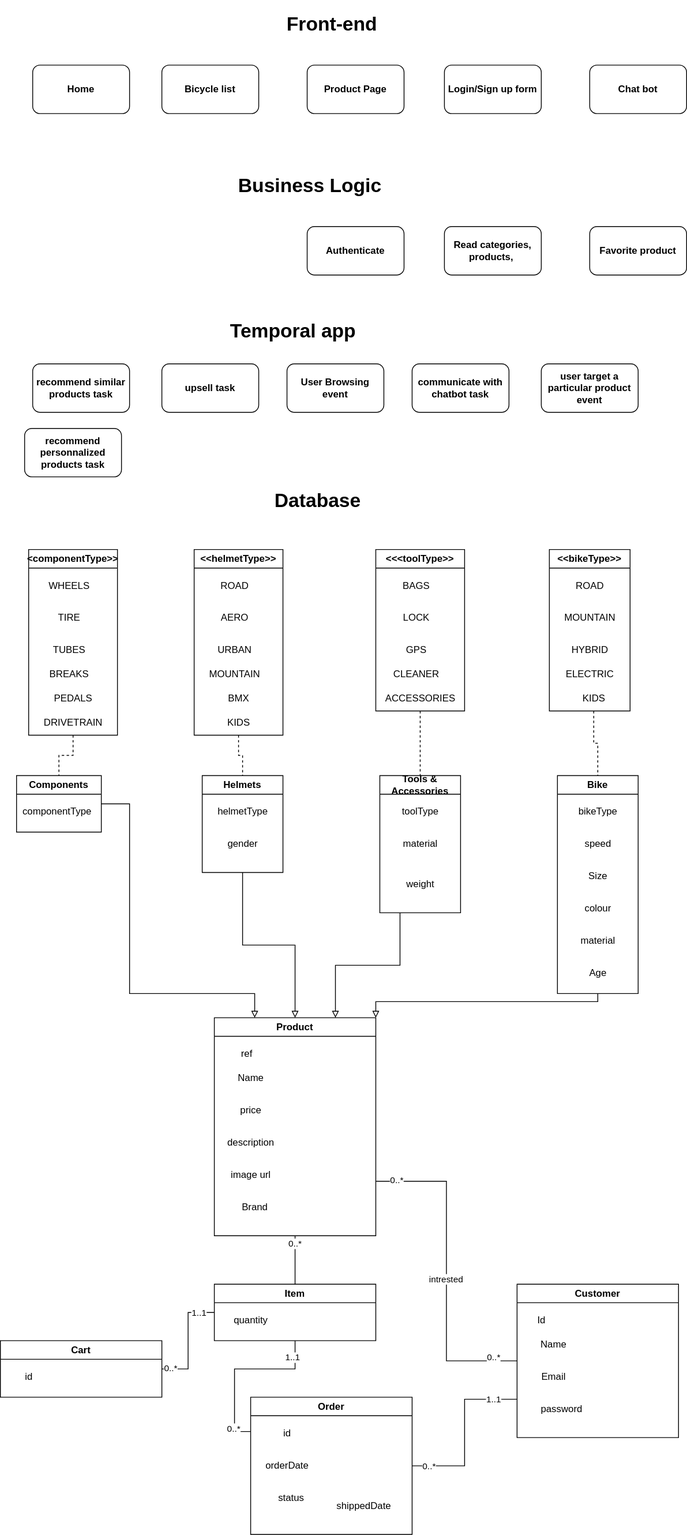
The draw.io diagram src/main/resources/static/ProjectComponent.drawio.svg in MohamedGrari/Customer-Journey-CXM-Tool, before a commit. Source tidied: cells renumbered, new cells last; positions are measured from the earlier drawing's top-left corner, leaving out a move shared by most shapes.
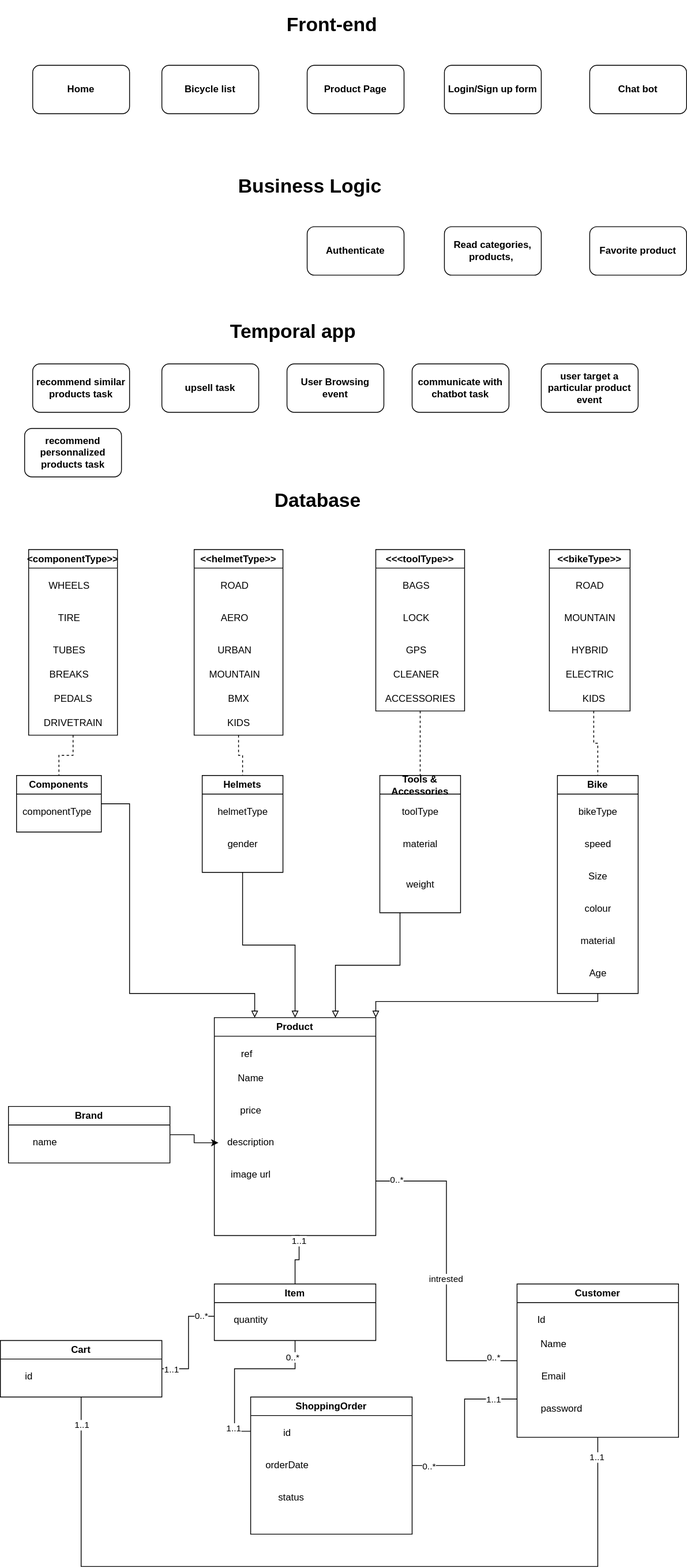
The same file after the commit.

Diff of the diagram source:
```diff
@@ -68,9 +68,6 @@
     <mxCell id="23" value="image url" style="text;html=1;align=center;verticalAlign=middle;strokeColor=none;fillColor=none;" parent="18" vertex="1">
       <mxGeometry x="10" y="180" width="70" height="30" as="geometry" />
     </mxCell>
-    <mxCell id="24" value="Brand" style="text;html=1;align=center;verticalAlign=middle;points=[];strokeColor=none;fillColor=none;" parent="18" vertex="1">
-      <mxGeometry x="20" y="220" width="60" height="30" as="geometry" />
-    </mxCell>
     <mxCell id="25" value="&lt;h1&gt;Temporal app&lt;/h1&gt;" style="text;html=1;strokeColor=none;fillColor=none;spacing=5;spacingTop=-20;whiteSpace=wrap;overflow=hidden;rounded=0;" parent="1" vertex="1">
       <mxGeometry x="280" y="380" width="175" height="40" as="geometry" />
     </mxCell>
@@ -100,7 +97,7 @@
         <mxPoint x="-37" y="4" as="offset" />
       </mxGeometry>
     </mxCell>
-    <mxCell id="34" value="Order" style="swimlane;whiteSpace=wrap;html=1;" parent="1" vertex="1">
+    <mxCell id="34" value="ShoppingOrder" style="swimlane;whiteSpace=wrap;html=1;" parent="1" vertex="1">
       <mxGeometry x="310" y="1720" width="200" height="170" as="geometry" />
     </mxCell>
     <mxCell id="35" value="orderDate" style="text;html=1;align=center;verticalAlign=middle;strokeColor=none;fillColor=none;" parent="34" vertex="1">
@@ -112,38 +109,60 @@
     <mxCell id="37" value="status" style="text;html=1;align=center;verticalAlign=middle;strokeColor=none;fillColor=none;" parent="34" vertex="1">
       <mxGeometry x="20" y="110" width="60" height="30" as="geometry" />
     </mxCell>
-    <mxCell id="38" value="shippedDate" style="text;html=1;align=center;verticalAlign=middle;strokeColor=none;fillColor=none;" parent="34" vertex="1">
-      <mxGeometry x="95" y="120" width="90" height="30" as="geometry" />
-    </mxCell>
     <mxCell id="39" style="edgeStyle=orthogonalEdgeStyle;rounded=0;jettySize=auto;html=1;endArrow=none;endFill=0;exitX=1;exitY=0.5;exitDx=0;exitDy=0;" parent="1" edge="1" source="42" target="48">
-      <mxGeometry relative="1" as="geometry" />
+      <mxGeometry relative="1" as="geometry">
+        <Array as="points">
+          <mxPoint x="233" y="1685" />
+          <mxPoint x="233" y="1620" />
+        </Array>
+      </mxGeometry>
     </mxCell>
-    <mxCell id="40" value="1..1" style="edgeLabel;html=1;align=center;verticalAlign=middle;" parent="39" vertex="1">
+    <mxCell id="40" value="0..*" style="edgeLabel;html=1;align=center;verticalAlign=middle;" parent="39" vertex="1">
       <mxGeometry x="0.52" y="1" relative="1" as="geometry">
         <mxPoint x="14" as="offset" />
       </mxGeometry>
     </mxCell>
-    <mxCell id="41" value="0..*" style="edgeLabel;html=1;align=center;verticalAlign=middle;" parent="39" vertex="1">
+    <mxCell id="41" value="1..1" style="edgeLabel;html=1;align=center;verticalAlign=middle;" parent="39" vertex="1">
       <mxGeometry x="-0.49" y="-1" relative="1" as="geometry">
         <mxPoint x="-23" as="offset" />
       </mxGeometry>
     </mxCell>
+    <mxCell id="104" style="edgeStyle=orthogonalEdgeStyle;rounded=0;jettySize=auto;html=1;entryX=0.5;entryY=1;entryDx=0;entryDy=0;endArrow=none;endFill=0;" parent="1" edge="1" source="42" target="13">
+      <mxGeometry relative="1" as="geometry">
+        <Array as="points">
+          <mxPoint x="100" y="1930" />
+          <mxPoint x="740" y="1930" />
+        </Array>
+      </mxGeometry>
+    </mxCell>
+    <mxCell id="105" value="1..1" style="edgeLabel;html=1;align=center;verticalAlign=middle;" parent="104" vertex="1">
+      <mxGeometry x="-0.93" relative="1" as="geometry" />
+    </mxCell>
+    <mxCell id="106" value="1..1" style="edgeLabel;html=1;align=center;verticalAlign=middle;" parent="104" vertex="1">
+      <mxGeometry x="0.95" y="2" relative="1" as="geometry" />
+    </mxCell>
     <mxCell id="42" value="Cart" style="swimlane;whiteSpace=wrap;html=1;" parent="1" vertex="1">
       <mxGeometry y="1650" width="200" height="70" as="geometry" />
     </mxCell>
     <mxCell id="43" value="id" style="text;html=1;align=center;verticalAlign=middle;strokeColor=none;fillColor=none;" parent="42" vertex="1">
       <mxGeometry x="20" y="30" width="30" height="30" as="geometry" />
     </mxCell>
-    <mxCell id="44" value="0..*" style="edgeStyle=orthogonalEdgeStyle;rounded=0;jettySize=auto;html=1;entryX=0.5;entryY=1;entryDx=0;entryDy=0;endArrow=none;endFill=0;" parent="1" edge="1" source="48" target="18">
-      <mxGeometry x="0.67" relative="1" as="geometry" />
+    <mxCell id="44" value="1..1" style="edgeStyle=orthogonalEdgeStyle;rounded=0;jettySize=auto;html=1;entryX=0.5;entryY=1;entryDx=0;entryDy=0;endArrow=none;endFill=0;" parent="1" edge="1" source="48" target="18">
+      <mxGeometry x="0.67" relative="1" as="geometry">
+        <Array as="points">
+          <mxPoint x="365" y="1550" />
+          <mxPoint x="370" y="1550" />
+          <mxPoint x="370" y="1520" />
+        </Array>
+      </mxGeometry>
     </mxCell>
     <mxCell id="45" style="edgeStyle=orthogonalEdgeStyle;rounded=0;jettySize=auto;html=1;entryX=0;entryY=0.25;entryDx=0;entryDy=0;endArrow=none;endFill=0;" parent="1" edge="1" source="48" target="34">
       <mxGeometry relative="1" as="geometry" />
     </mxCell>
-    <mxCell id="46" value="0..*" style="edgeLabel;html=1;align=center;verticalAlign=middle;" parent="45" vertex="1">
+    <mxCell id="46" value="1..1" style="edgeLabel;html=1;align=center;verticalAlign=middle;" parent="45" vertex="1">
       <mxGeometry x="0.76" y="-2" relative="1" as="geometry" />
     </mxCell>
-    <mxCell id="47" value="1..1" style="edgeLabel;html=1;align=center;verticalAlign=middle;" parent="45" vertex="1">
+    <mxCell id="47" value="0..*" style="edgeLabel;html=1;align=center;verticalAlign=middle;" parent="45" vertex="1">
       <mxGeometry x="-0.62" y="-1" relative="1" as="geometry">
         <mxPoint y="-14" as="offset" />
       </mxGeometry>
@@ -333,5 +352,14 @@
     <mxCell id="103" style="edgeStyle=orthogonalEdgeStyle;rounded=0;jettySize=auto;html=1;dashed=1;startArrow=none;startFill=0;endArrow=none;endFill=0;" parent="1" edge="1" source="99" target="72">
       <mxGeometry relative="1" as="geometry" />
     </mxCell>
+    <mxCell id="107" style="edgeStyle=orthogonalEdgeStyle;rounded=0;jettySize=auto;html=1;" parent="1" edge="1" source="24" target="22">
+      <mxGeometry relative="1" as="geometry" />
+    </mxCell>
+    <mxCell id="24" value="Brand" style="swimlane;whiteSpace=wrap;html=1;startSize=23;" parent="1" vertex="1">
+      <mxGeometry x="10" y="1360" width="200" height="70" as="geometry" />
+    </mxCell>
+    <mxCell id="108" value="name" style="text;html=1;align=center;verticalAlign=middle;strokeColor=none;fillColor=none;" parent="24" vertex="1">
+      <mxGeometry x="20" y="30" width="50" height="30" as="geometry" />
+    </mxCell>
   </root>
 </mxGraphModel>
```
